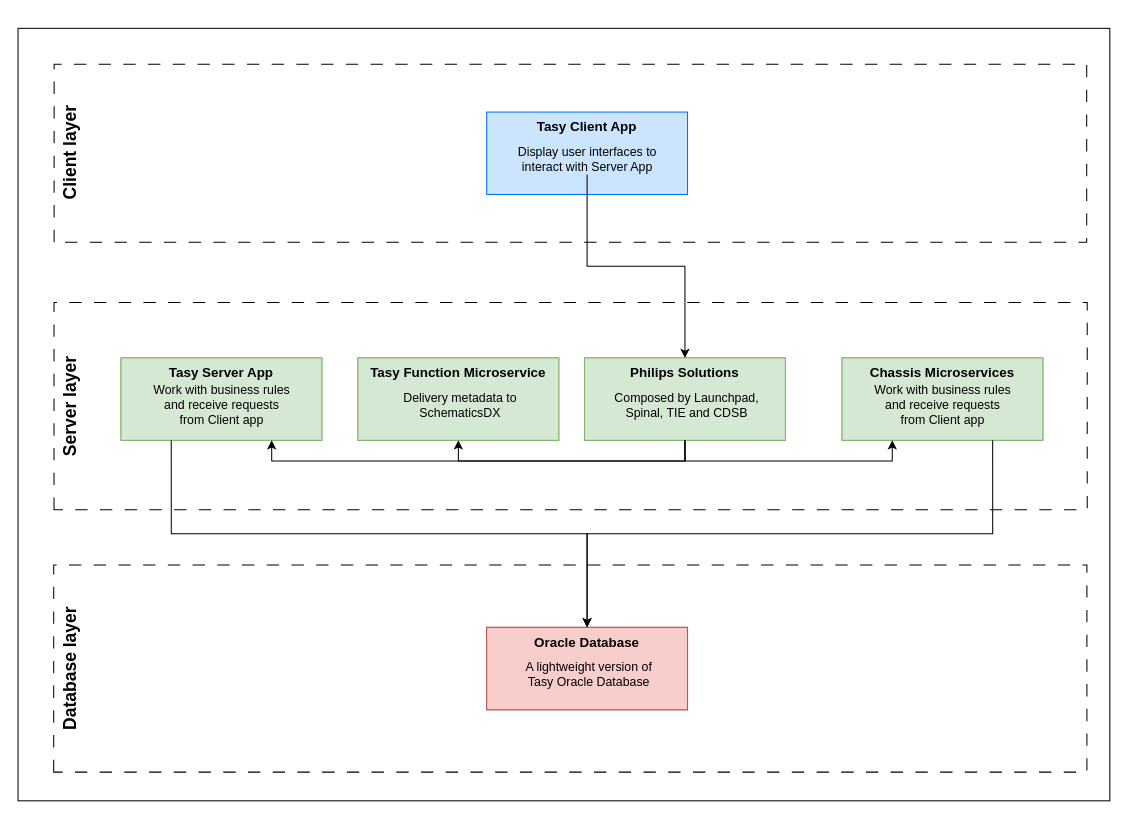
Before: VAC NextGen - Architecture view.drawio in ez-philips/draw_io_diagrams, a draw.io diagram. Source tidied: cells renumbered, new cells numbered last; positions are measured from the earlier drawing's top-left corner, leaving out a move shared by most shapes. Both pictures are drawn from the tidied source at 103%, with x=0, y=0 at pixel (18, -364).
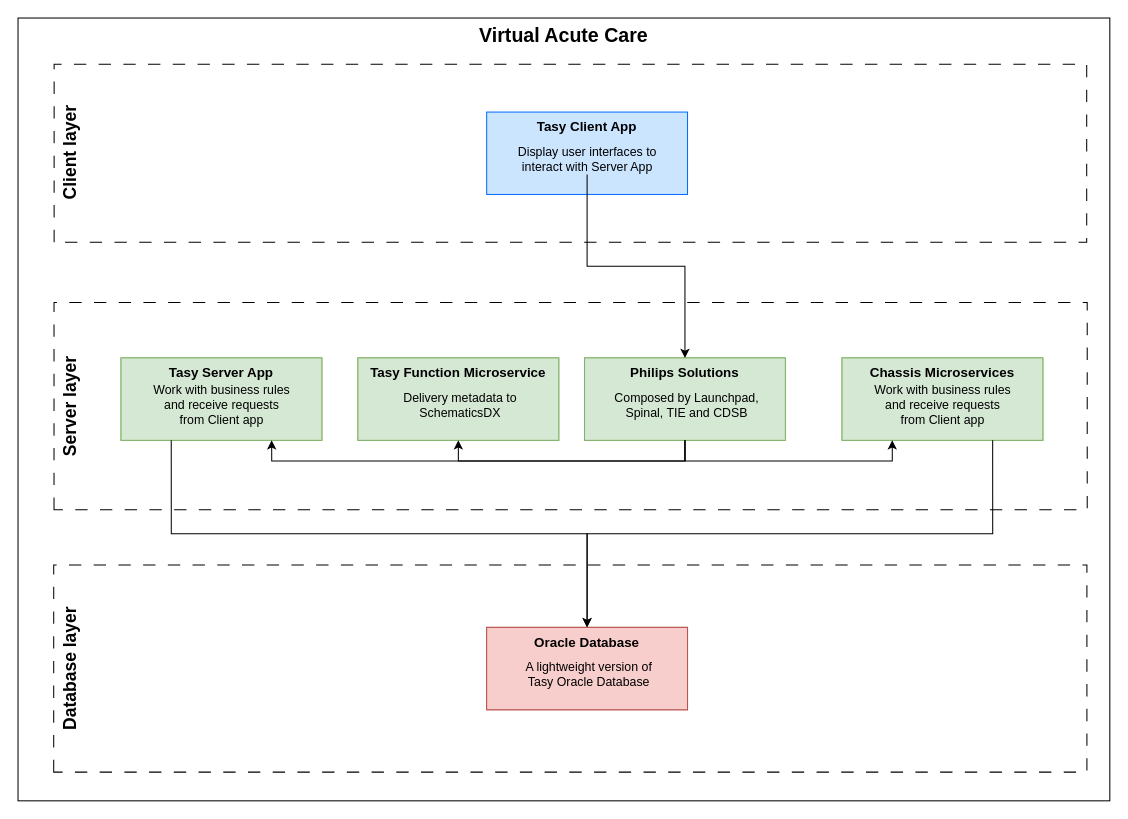
The same page after the edit.

Change to the diagram source:
```diff
@@
-    <mxCell id="2" style="rounded=0;whiteSpace=wrap;html=1;" parent="1" vertex="1">
-      <mxGeometry y="380" width="1060" height="750" as="geometry" />
+    <mxCell id="2" value="&lt;font style=&quot;font-size: 19px;&quot;&gt;&lt;b&gt;Virtual Acute Care&lt;/b&gt;&lt;/font&gt;" style="rounded=0;whiteSpace=wrap;html=1;verticalAlign=top;" parent="1" vertex="1">
+      <mxGeometry y="370" width="1060" height="760" as="geometry" />
     </mxCell>
```
